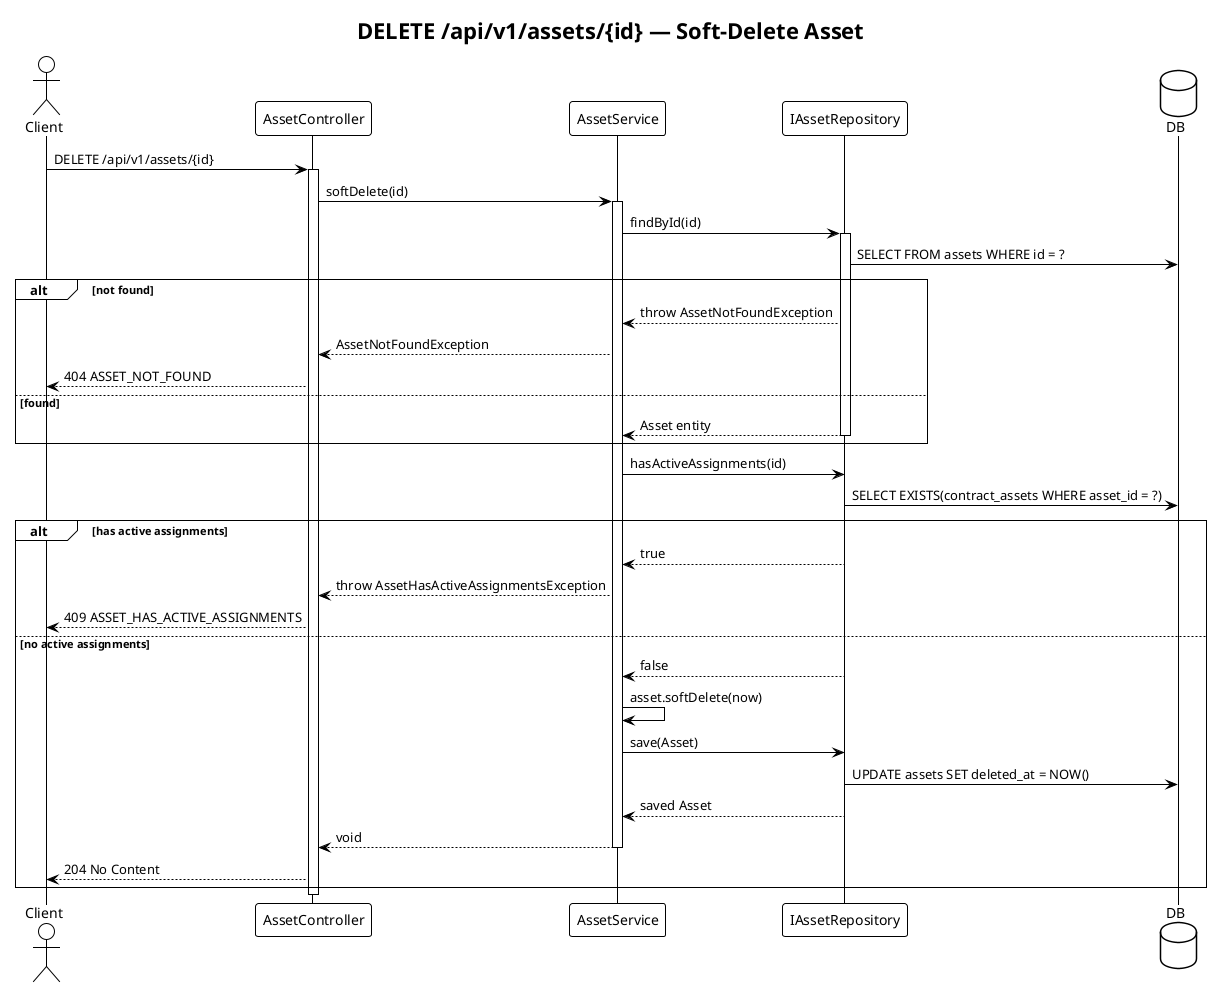
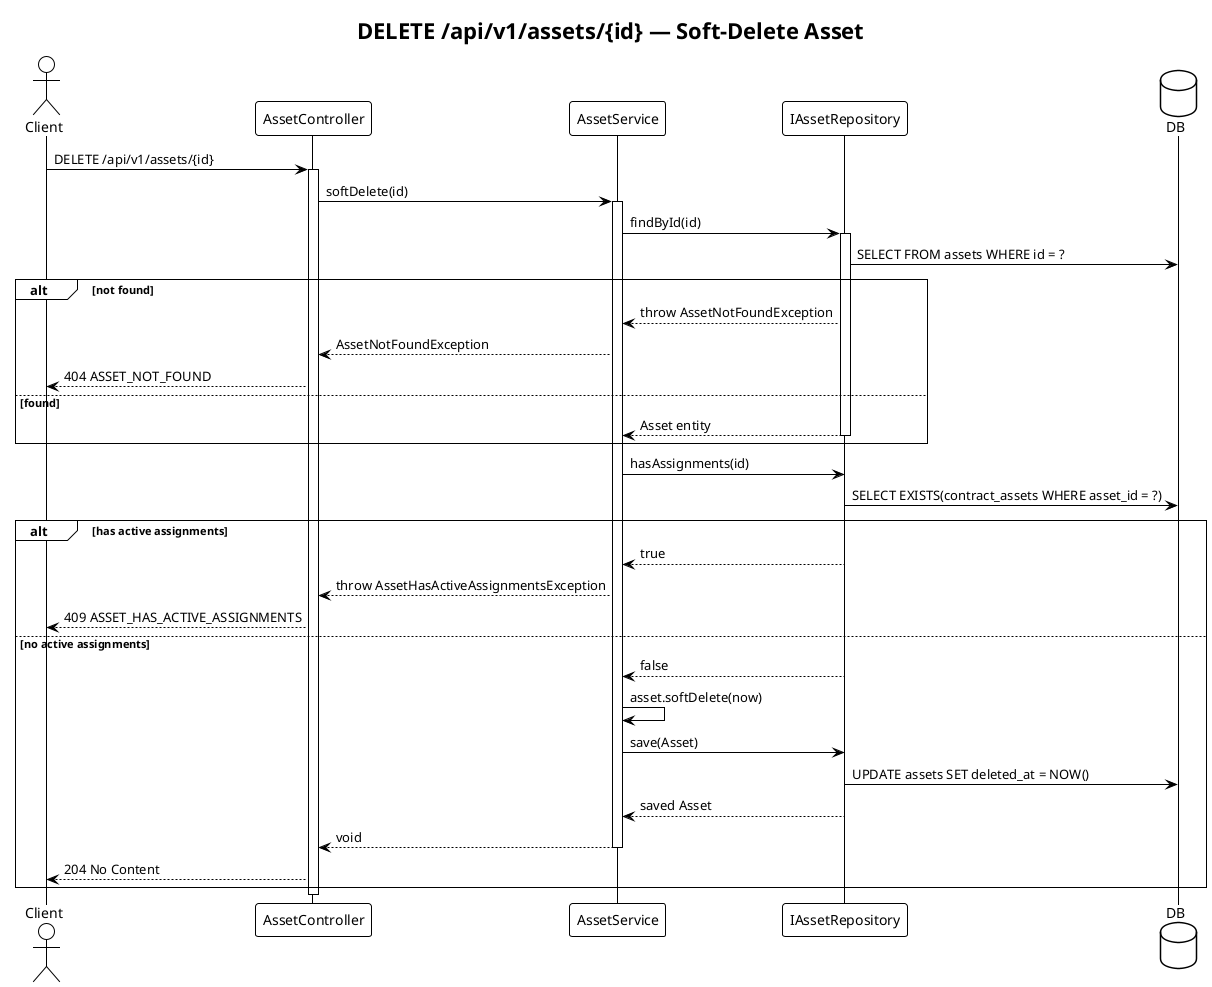
@startuml delete-asset
!theme plain
title DELETE /api/v1/assets/{id} — Soft-Delete Asset

actor Client
participant "AssetController" as Controller
participant "AssetService" as Service
participant "IAssetRepository" as IRepo
database DB

Client -> Controller : DELETE /api/v1/assets/{id}
activate Controller
Controller -> Service : softDelete(id)
activate Service

Service -> IRepo : findById(id)
activate IRepo
IRepo -> DB : SELECT FROM assets WHERE id = ?
alt not found
    IRepo --> Service : throw AssetNotFoundException
    Service --> Controller : AssetNotFoundException
    Controller --> Client : 404 ASSET_NOT_FOUND
else found
    IRepo --> Service : Asset entity
    deactivate IRepo
end

- Service -> IRepo : hasActiveAssignments(id)
+ Service -> IRepo : hasAssignments(id)
IRepo -> DB : SELECT EXISTS(contract_assets WHERE asset_id = ?)

alt has active assignments
    IRepo --> Service : true
    Service --> Controller : throw AssetHasActiveAssignmentsException
    Controller --> Client : 409 ASSET_HAS_ACTIVE_ASSIGNMENTS
else no active assignments
    IRepo --> Service : false
    Service -> Service : asset.softDelete(now)
    Service -> IRepo : save(Asset)
    IRepo -> DB : UPDATE assets SET deleted_at = NOW()
    IRepo --> Service : saved Asset
    Service --> Controller : void
    deactivate Service
    Controller --> Client : 204 No Content
end

deactivate Controller
@enduml
